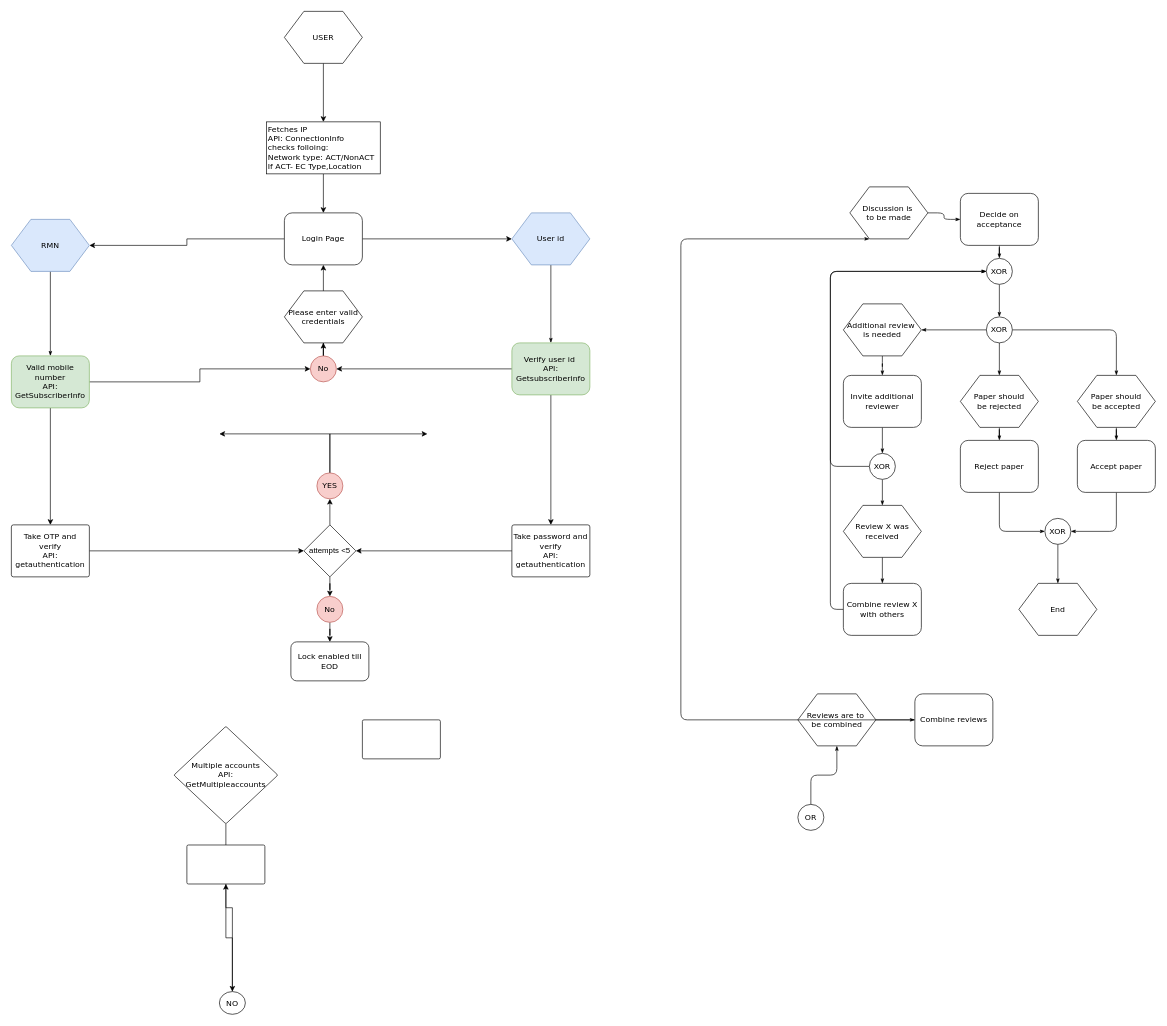
This is Untitled Diagram.drawio from jkssuryarao/jkssuryarao.github.io, a draw.io file, before an edit. Source tidied: cells renumbered, new cells numbered last; positions are measured from the earlier drawing's top-left corner, leaving out a move shared by most shapes. Both pictures are drawn from the tidied source at 65%, with x=0, y=0 at pixel (11, 11).
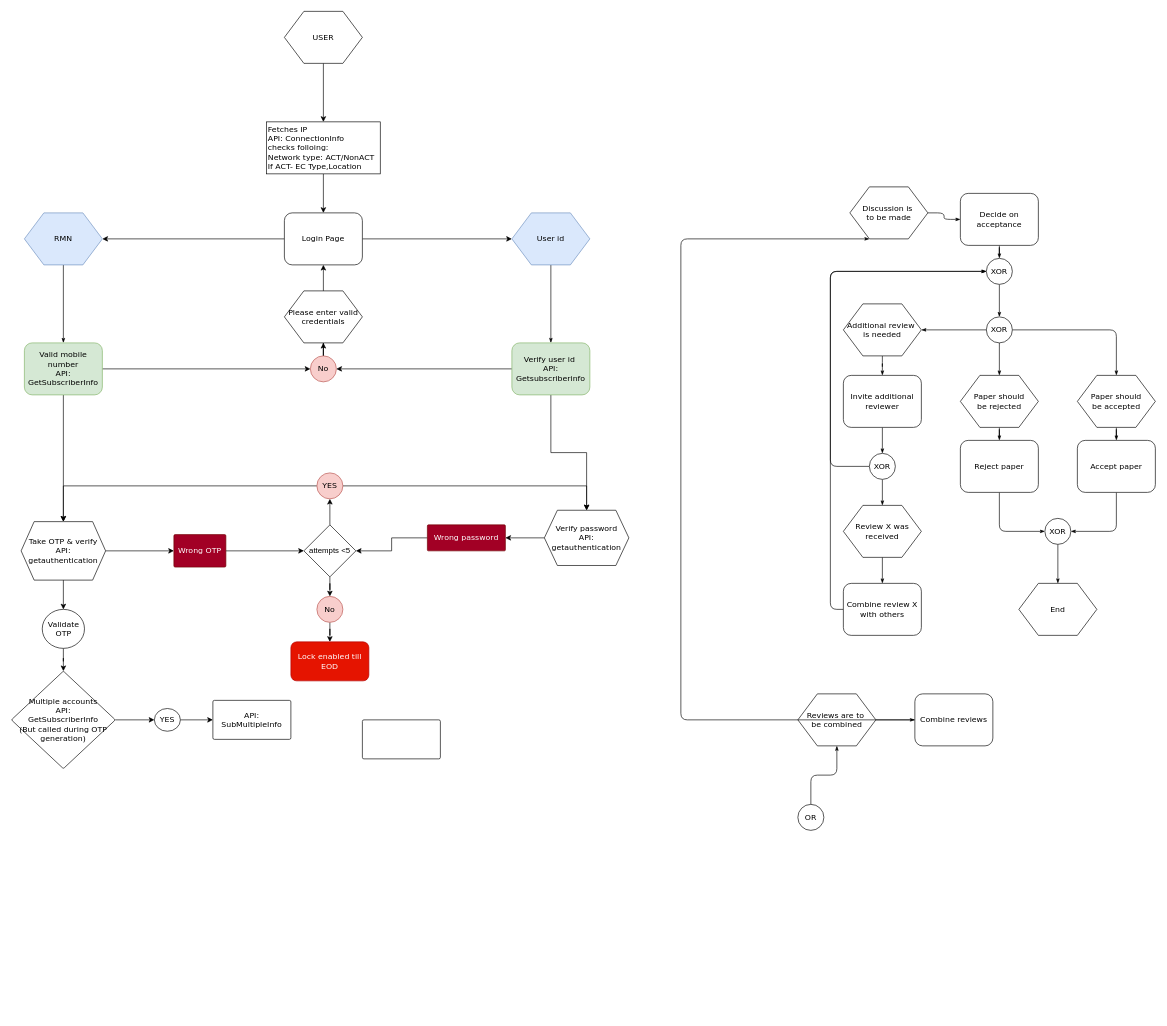
Above is the later version.

Unchanged cells that the change refers to:
```xml
<mxCell id="16" value="Verify user id&amp;nbsp;&lt;div&gt;API: Getsubscriberinfo&lt;/div&gt;" style="rounded=1;whiteSpace=wrap;html=1;shadow=0;labelBackgroundColor=none;strokeWidth=1;fontFamily=Verdana;fontSize=12;align=center;fillColor=#d5e8d4;strokeColor=#82b366;" parent="1" vertex="1">
  <mxGeometry x="770" y="510" width="120" height="80" as="geometry" />
</mxCell>
<mxCell id="68" value="YES" style="ellipse;whiteSpace=wrap;html=1;rounded=1;shadow=0;labelBackgroundColor=none;strokeWidth=1;fontFamily=Verdana;fontSize=12;align=center;fillColor=#f8cecc;strokeColor=#b85450;" parent="1" vertex="1">
  <mxGeometry x="470" y="710" width="40" height="40" as="geometry" />
</mxCell>
```

Diff of the diagram source:
```diff
@@
     <mxCell id="8" value="RMN" style="shape=hexagon;perimeter=hexagonPerimeter;whiteSpace=wrap;html=1;rounded=0;shadow=0;labelBackgroundColor=none;strokeWidth=1;fontFamily=Verdana;fontSize=12;align=center;fillColor=#dae8fc;strokeColor=#6c8ebf;" parent="1" vertex="1">
-      <mxGeometry y="320" width="120" height="80" as="geometry" />
+      <mxGeometry x="20" y="310" width="120" height="80" as="geometry" />
     </mxCell>
@@
-    <mxCell id="12" style="edgeStyle=orthogonalEdgeStyle;rounded=0;jettySize=auto;html=1;" parent="1" edge="1" source="13" target="56">
-      <mxGeometry relative="1" as="geometry" />
-    </mxCell>
+    <mxCell id="80" style="edgeStyle=orthogonalEdgeStyle;rounded=0;jettySize=auto;html=1;" parent="1" edge="1" source="13" target="86">
+      <mxGeometry relative="1" as="geometry" />
+    </mxCell>
     <mxCell id="13" value="Valid mobile number&lt;div&gt;API: GetSubscriberInfo&lt;/div&gt;" style="rounded=1;whiteSpace=wrap;html=1;shadow=0;labelBackgroundColor=none;strokeWidth=1;fontFamily=Verdana;fontSize=12;align=center;fillColor=#d5e8d4;strokeColor=#82b366;" parent="1" vertex="1">
-      <mxGeometry y="530" width="120" height="80" as="geometry" />
+      <mxGeometry x="20" y="510" width="120" height="80" as="geometry" />
     </mxCell>
@@
-    <mxCell id="15" style="edgeStyle=orthogonalEdgeStyle;rounded=0;jettySize=auto;html=1;" parent="1" edge="1" source="16" target="71">
-      <mxGeometry relative="1" as="geometry" />
-    </mxCell>
+    <mxCell id="81" style="edgeStyle=orthogonalEdgeStyle;rounded=0;jettySize=auto;html=1;" parent="1" edge="1" source="16" target="88">
+      <mxGeometry relative="1" as="geometry" />
+    </mxCell>
@@
-    <mxCell id="56" value="Take OTP and verify&lt;div&gt;API: getauthentication&lt;/div&gt;" style="rounded=1;whiteSpace=wrap;html=1;shadow=0;labelBackgroundColor=none;strokeWidth=1;fontFamily=Verdana;fontSize=12;align=center;arcSize=4;" parent="1" vertex="1">
-      <mxGeometry y="790" width="120" height="80" as="geometry" />
+    <mxCell id="56" value="Wrong OTP" style="rounded=1;whiteSpace=wrap;html=1;shadow=0;labelBackgroundColor=none;strokeWidth=1;fontFamily=Verdana;fontSize=12;align=center;arcSize=4;fillColor=#a20025;fontColor=#ffffff;strokeColor=#6F0000;" parent="1" vertex="1">
+      <mxGeometry x="250" y="805" width="80" height="50" as="geometry" />
     </mxCell>
@@
-    <mxCell id="61" style="edgeStyle=orthogonalEdgeStyle;rounded=0;jettySize=auto;html=1;exitX=0.5;exitY=0;exitDx=0;exitDy=0;" parent="1" edge="1" source="68">
-      <mxGeometry relative="1" as="geometry">
-        <mxPoint x="320" y="650" as="targetPoint" />
-        <Array as="points">
-          <mxPoint x="490" y="650" />
-          <mxPoint x="320" y="650" />
-        </Array>
-      </mxGeometry>
-    </mxCell>
@@
-    <mxCell id="67" style="edgeStyle=orthogonalEdgeStyle;rounded=0;jettySize=auto;html=1;" parent="1" edge="1" source="68">
-      <mxGeometry relative="1" as="geometry">
-        <mxPoint x="640" y="650" as="targetPoint" />
-        <Array as="points">
-          <mxPoint x="490" y="650" />
-        </Array>
-      </mxGeometry>
-    </mxCell>
+    <mxCell id="82" style="edgeStyle=orthogonalEdgeStyle;rounded=0;jettySize=auto;html=1;exitX=0;exitY=0.5;exitDx=0;exitDy=0;entryX=0.5;entryY=0;entryDx=0;entryDy=0;" parent="1" edge="1" source="68" target="86">
+      <mxGeometry relative="1" as="geometry" />
+    </mxCell>
+    <mxCell id="83" style="edgeStyle=orthogonalEdgeStyle;rounded=0;jettySize=auto;html=1;exitX=1;exitY=0.5;exitDx=0;exitDy=0;entryX=0.5;entryY=0;entryDx=0;entryDy=0;" parent="1" edge="1" source="68" target="88">
+      <mxGeometry relative="1" as="geometry" />
+    </mxCell>
@@
-    <mxCell id="69" value="Lock enabled till EOD" style="whiteSpace=wrap;html=1;fontFamily=Verdana;rounded=1;shadow=0;labelBackgroundColor=none;strokeWidth=1;" parent="1" vertex="1">
+    <mxCell id="69" value="Lock enabled till EOD" style="whiteSpace=wrap;html=1;fontFamily=Verdana;rounded=1;shadow=0;labelBackgroundColor=none;strokeWidth=1;fillColor=#e51400;fontColor=#ffffff;strokeColor=#B20000;" parent="1" vertex="1">
       <mxGeometry x="430" y="970" width="120" height="60" as="geometry" />
     </mxCell>
@@
-    <mxCell id="71" value="Take password and verify&lt;div&gt;API: getauthentication&lt;/div&gt;" style="rounded=1;whiteSpace=wrap;html=1;shadow=0;labelBackgroundColor=none;strokeWidth=1;fontFamily=Verdana;fontSize=12;align=center;arcSize=4;" parent="1" vertex="1">
-      <mxGeometry x="770" y="790" width="120" height="80" as="geometry" />
+    <mxCell id="71" value="Wrong password" style="rounded=1;whiteSpace=wrap;html=1;shadow=0;labelBackgroundColor=none;strokeWidth=1;fontFamily=Verdana;fontSize=12;align=center;arcSize=4;fillColor=#a20025;fontColor=#ffffff;strokeColor=#6F0000;" parent="1" vertex="1">
+      <mxGeometry x="640" y="790" width="120" height="40" as="geometry" />
     </mxCell>
@@
-    <mxCell id="73" value="Multiple accounts&lt;div&gt;API:&lt;/div&gt;&lt;div&gt;GetMultipleaccounts&lt;/div&gt;" style="rhombus;whiteSpace=wrap;html=1;fontFamily=Verdana;rounded=1;shadow=0;labelBackgroundColor=none;strokeWidth=1;arcSize=4;" parent="1" vertex="1">
-      <mxGeometry x="250" y="1100" width="160" height="150" as="geometry" />
+    <mxCell id="73" value="Multiple accounts&lt;div&gt;API:&lt;/div&gt;&lt;div&gt;GetSubscriberInfo&lt;/div&gt;&lt;div&gt;(But called during OTP generation)&lt;/div&gt;" style="rhombus;whiteSpace=wrap;html=1;fontFamily=Verdana;rounded=1;shadow=0;labelBackgroundColor=none;strokeWidth=1;arcSize=4;" parent="1" vertex="1">
+      <mxGeometry y="1015" width="160" height="150" as="geometry" />
     </mxCell>
@@
-    <mxCell id="75" value="NO" style="ellipse;whiteSpace=wrap;html=1;fontFamily=Verdana;rounded=1;shadow=0;labelBackgroundColor=none;strokeWidth=1;arcSize=4;" parent="1" vertex="1">
-      <mxGeometry x="320" y="1508" width="40" height="35" as="geometry" />
+    <mxCell id="75" value="YES" style="ellipse;whiteSpace=wrap;html=1;fontFamily=Verdana;rounded=1;shadow=0;labelBackgroundColor=none;strokeWidth=1;arcSize=4;" parent="1" vertex="1">
+      <mxGeometry x="220" y="1072.5" width="40" height="35" as="geometry" />
     </mxCell>
-    <mxCell id="76" style="whiteSpace=wrap;html=1;fontFamily=Verdana;rounded=1;shadow=0;labelBackgroundColor=none;strokeWidth=1;arcSize=4;" parent="1" vertex="1">
-      <mxGeometry x="270" y="1282.5" width="120" height="60" as="geometry" />
+    <mxCell id="76" value="API: SubMultipleInfo" style="whiteSpace=wrap;html=1;fontFamily=Verdana;rounded=1;shadow=0;labelBackgroundColor=none;strokeWidth=1;arcSize=4;" parent="1" vertex="1">
+      <mxGeometry x="310" y="1060" width="120" height="60" as="geometry" />
     </mxCell>
@@
+    <mxCell id="84" style="edgeStyle=orthogonalEdgeStyle;rounded=0;jettySize=auto;html=1;" parent="1" edge="1" source="86" target="56">
+      <mxGeometry relative="1" as="geometry" />
+    </mxCell>
+    <mxCell id="85" style="edgeStyle=orthogonalEdgeStyle;rounded=0;jettySize=auto;html=1;" parent="1" edge="1" source="86" target="90">
+      <mxGeometry relative="1" as="geometry" />
+    </mxCell>
+    <mxCell id="86" value="&lt;div style=&quot;&quot;&gt;&lt;span style=&quot;font-family: Verdana; background-color: initial;&quot;&gt;Take OTP &amp;amp; verify&lt;/span&gt;&lt;/div&gt;&lt;div style=&quot;font-family: Verdana;&quot;&gt;API: getauthentication&lt;/div&gt;" style="shape=hexagon;perimeter=hexagonPerimeter2;whiteSpace=wrap;html=1;fixedSize=1;align=center;" parent="1" vertex="1">
+      <mxGeometry x="15" y="785" width="130" height="90" as="geometry" />
+    </mxCell>
+    <mxCell id="87" style="edgeStyle=orthogonalEdgeStyle;rounded=0;jettySize=auto;html=1;" parent="1" edge="1" source="88" target="71">
+      <mxGeometry relative="1" as="geometry" />
+    </mxCell>
+    <mxCell id="88" value="&lt;span style=&quot;font-family: Verdana;&quot;&gt;Verify password&lt;/span&gt;&lt;div style=&quot;font-family: Verdana;&quot;&gt;API: getauthentication&lt;/div&gt;" style="shape=hexagon;perimeter=hexagonPerimeter2;whiteSpace=wrap;html=1;fixedSize=1;" parent="1" vertex="1">
+      <mxGeometry x="820" y="767.5" width="130" height="85" as="geometry" />
+    </mxCell>
+    <mxCell id="89" style="edgeStyle=orthogonalEdgeStyle;rounded=0;jettySize=auto;html=1;" parent="1" edge="1" source="90" target="73">
+      <mxGeometry relative="1" as="geometry" />
+    </mxCell>
+    <mxCell id="90" value="Validate OTP" style="ellipse;whiteSpace=wrap;html=1;fontFamily=Verdana;rounded=1;shadow=0;labelBackgroundColor=none;strokeWidth=1;arcSize=4;" parent="1" vertex="1">
+      <mxGeometry x="47.5" y="920" width="65" height="60" as="geometry" />
+    </mxCell>
```
